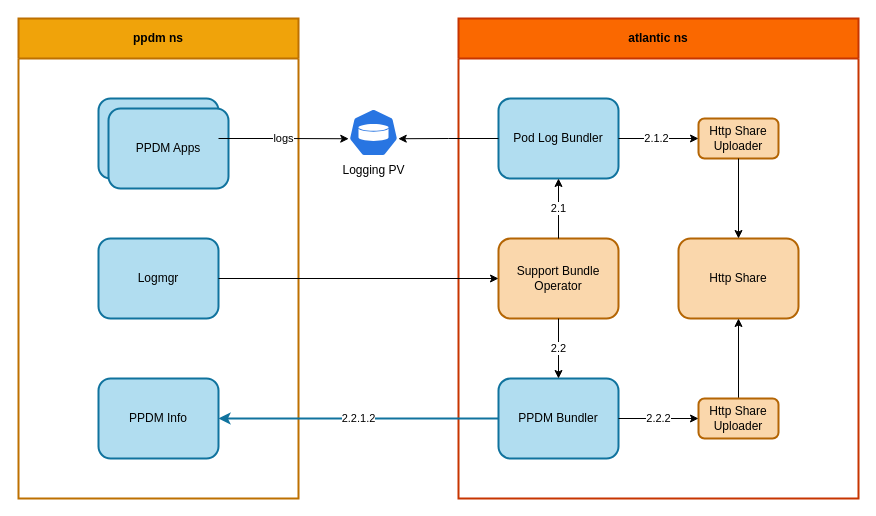
gaivin/drawio keeps this draw.io diagram as page "Bundle Demo" (11 of 12) of st/K8S_Logging.drawio. Above is the earlier version. Source tidied: cells renumbered, new cells numbered last; positions are measured from the earlier drawing's top-left corner, leaving out a move shared by most shapes. Both pictures are drawn from the tidied source at 100%, with x=0, y=0 at pixel (18, 18).
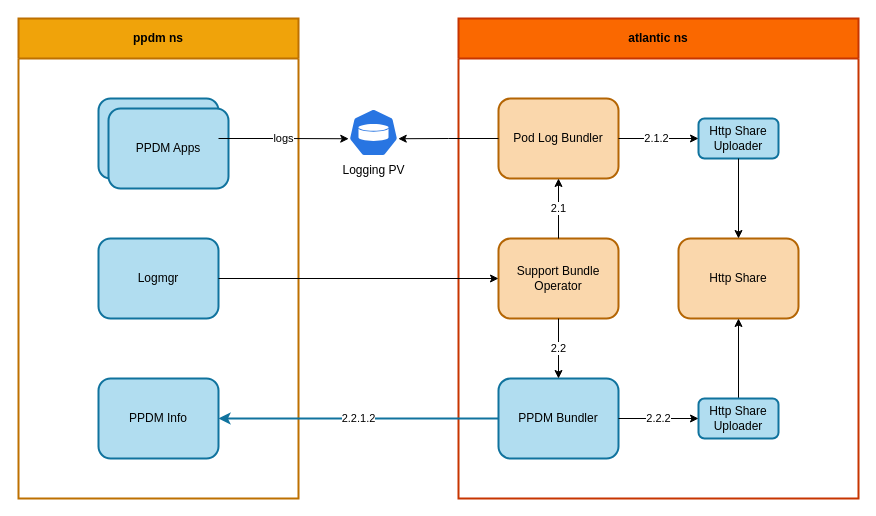
After the change.

The change refers to these unchanged cells:
```xml
<mxCell id="7" value="atlantic ns" style="swimlane;whiteSpace=wrap;html=1;fillColor=#fa6800;fontColor=#000000;strokeColor=#C73500;strokeWidth=2;startSize=40;" parent="1" vertex="1">
  <mxGeometry x="440" width="400" height="480" as="geometry" />
</mxCell>
```

Change to the diagram source:
```diff
@@
-    <mxCell id="10" value="Pod Log Bundler" style="rounded=1;whiteSpace=wrap;html=1;fillColor=#b1ddf0;strokeColor=#10739e;strokeWidth=2;" parent="7" vertex="1">
+    <mxCell id="10" value="Pod Log Bundler" style="rounded=1;whiteSpace=wrap;html=1;fillColor=#fad7ac;strokeColor=#b46504;strokeWidth=2;" parent="7" vertex="1">
       <mxGeometry x="40" y="80" width="120" height="80" as="geometry" />
     </mxCell>
@@
-    <mxCell id="13" value="Http Share&lt;br&gt;Uploader" style="rounded=1;whiteSpace=wrap;html=1;fillColor=#fad7ac;strokeColor=#b46504;strokeWidth=2;" parent="7" vertex="1">
+    <mxCell id="13" value="Http Share&lt;br&gt;Uploader" style="rounded=1;whiteSpace=wrap;html=1;fillColor=#b1ddf0;strokeColor=#10739e;strokeWidth=2;" parent="7" vertex="1">
       <mxGeometry x="240" y="380" width="80" height="40" as="geometry" />
     </mxCell>
@@
-    <mxCell id="15" value="Http Share&lt;br&gt;Uploader" style="rounded=1;whiteSpace=wrap;html=1;fillColor=#fad7ac;strokeColor=#b46504;strokeWidth=2;" parent="7" vertex="1">
+    <mxCell id="15" value="Http Share&lt;br&gt;Uploader" style="rounded=1;whiteSpace=wrap;html=1;fillColor=#b1ddf0;strokeColor=#10739e;strokeWidth=2;" parent="7" vertex="1">
       <mxGeometry x="240" y="100" width="80" height="40" as="geometry" />
     </mxCell>
```
